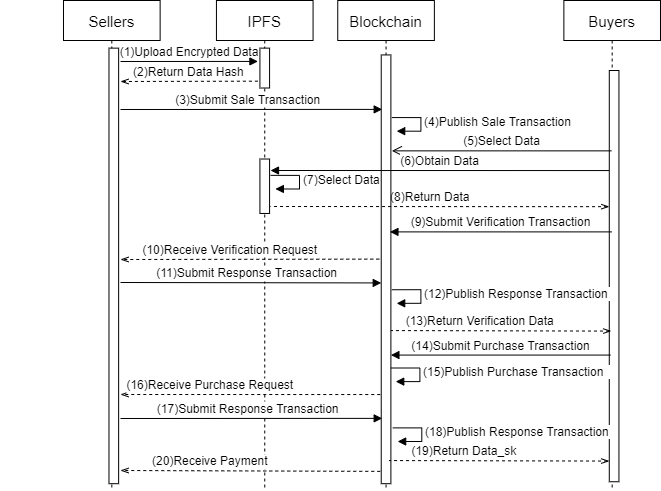
yyuu-6/1111 keeps this draw.io diagram as newflowDiagram.png. Above is the earlier version. Source tidied: cells renumbered, new cells last; positions are measured from the earlier drawing's top-left corner, leaving out a move shared by most shapes.
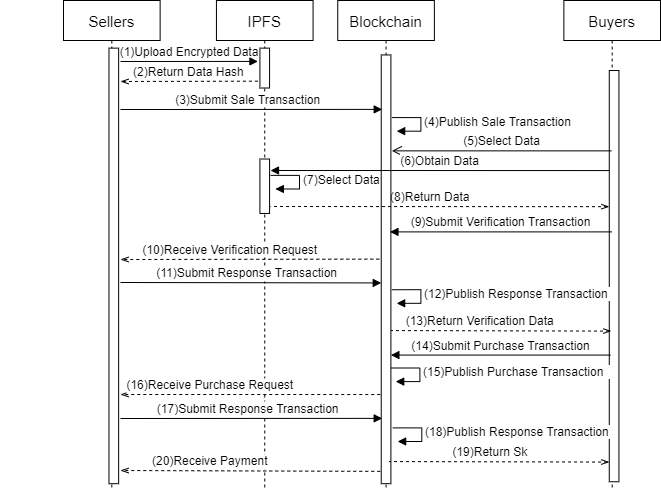
After the change.

The edit, as a diff of the source:
```diff
@@ -161,10 +161,10 @@
         <mxPoint x="608.8" y="170.1" as="targetPoint" />
       </mxGeometry>
     </mxCell>
-    <mxCell id="31" value="(19)Return Data_sk" style="verticalAlign=bottom;endArrow=none;shadow=0;strokeWidth=1;dashed=1;endFill=0;startArrow=openThin;startFill=0;exitX=-0.3;exitY=0.887;exitDx=0;exitDy=0;exitPerimeter=0;fontSize=12;" parent="4" edge="1">
-      <mxGeometry x="0.31" relative="1" as="geometry">
-        <mxPoint x="608.8" y="460.6" as="sourcePoint" />
-        <mxPoint x="388.5" y="460.1" as="targetPoint" />
+    <mxCell id="31" value="(19)Return Sk" style="verticalAlign=bottom;endArrow=none;shadow=0;strokeWidth=1;dashed=1;endFill=0;startArrow=openThin;startFill=0;exitX=-0.3;exitY=0.887;exitDx=0;exitDy=0;exitPerimeter=0;fontSize=12;" parent="4" edge="1">
+      <mxGeometry x="0.08" relative="1" as="geometry">
+        <mxPoint x="608.8" y="461.6" as="sourcePoint" />
+        <mxPoint x="388.5" y="461.1" as="targetPoint" />
       </mxGeometry>
     </mxCell>
   </root>
```
